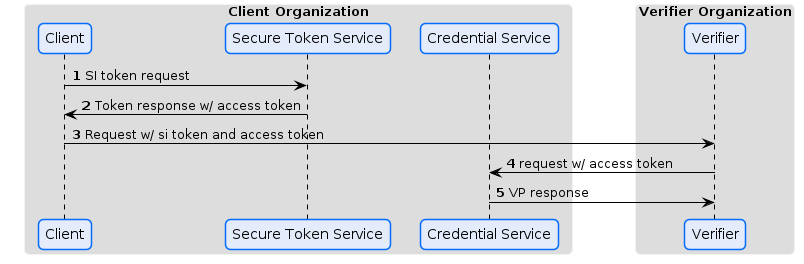
Before: specifications/M1/auth.flow.png, a diagram exported from PlantUML (eclipse-tractusx/ssi-docu). Its source is kept beside it as specifications/M1/auth.flow.puml.
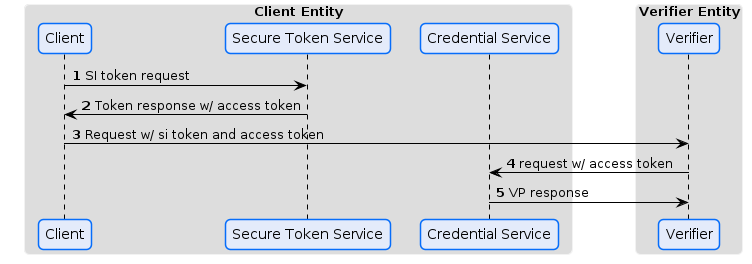
Above is the later version.

Commit message:
Change "Organization" to "Entity"

What changed in the source:
```diff
@@ -5,13 +5,13 @@
 
 autonumber
 
-box "Client Organization"
+box "Client Entity"
 participant "Client" as C
 participant "Secure Token Service" as STS
 participant "Credential Service" as CS
 end box
 
-box "Verifier Organization"
+box "Verifier Entity"
 participant "Verifier" as V
 end box
 
```
